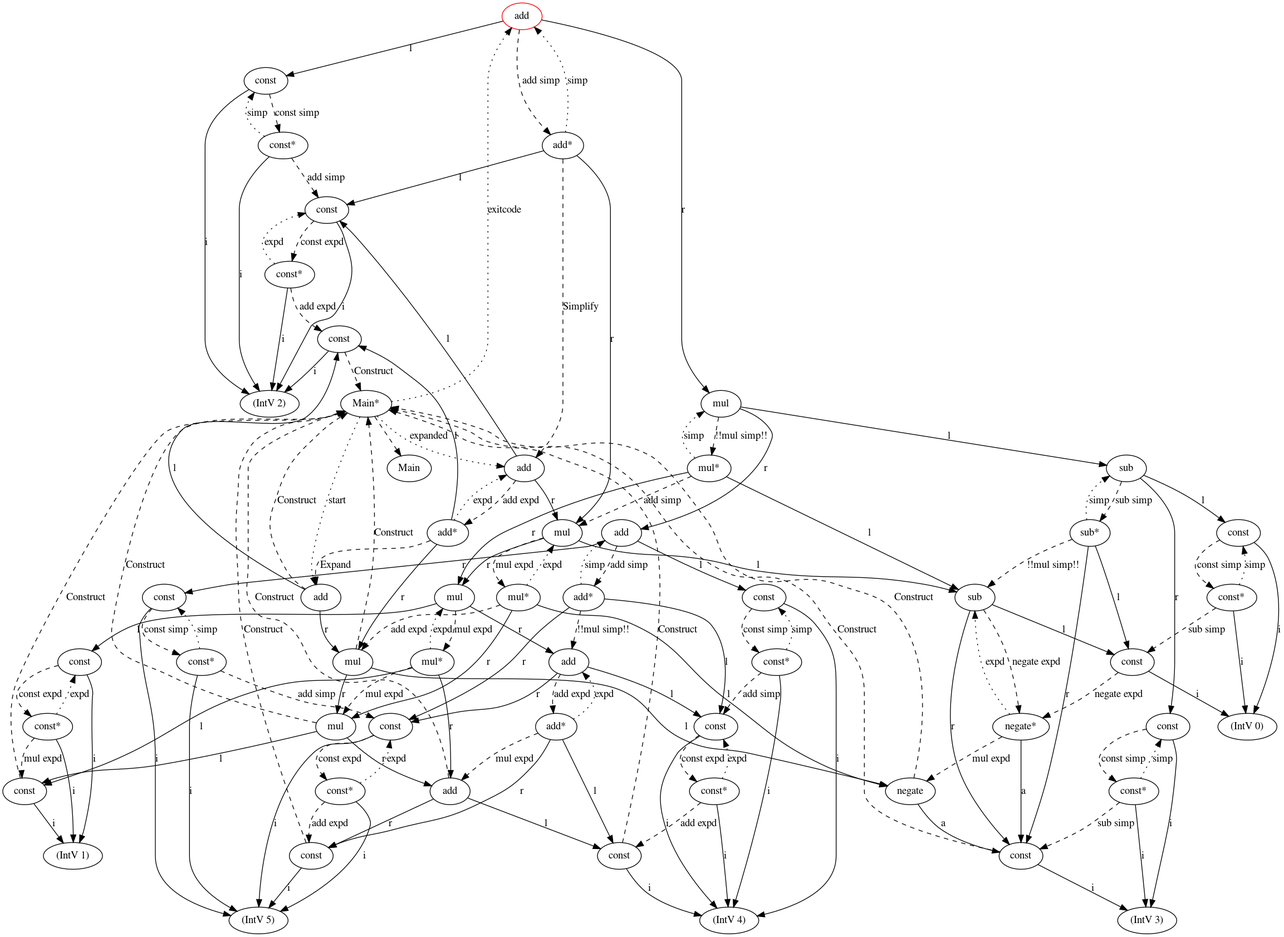
Earlier version of the Graphviz export out/oi.png (602p/miniag). Its source is kept beside it as out/oi.dot.
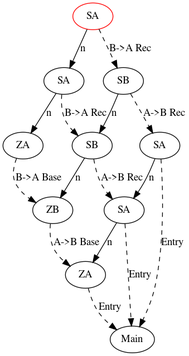
Above is the later version.

Change to the diagram source:
```diff
@@ -1,194 +1,5 @@
 digraph {
-n0 [label="add" color=red];
-n1 [label="const" ];
-n2 [label="(IntV 2)" ];
-n1 -> n2 [label="i"];
-n3 [label="const*" ];
-n3 -> n2 [label="i"];
-n4 [label="const" ];
-n4 -> n2 [label="i"];
-n5 [label="const*" ];
-n5 -> n2 [label="i"];
-n6 [label="const" ];
-n6 -> n2 [label="i"];
-n7 [label="Main*" ];
-n8 [label="Main" ];
-n7 -> n8 [style=dashed ];
-n7 -> n0 [style=dotted label="exitcode"];
-n9 [label="add" ];
-n9 -> n4 [label="l"];
-n10 [label="mul" ];
-n11 [label="sub" ];
-n12 [label="const" ];
-n13 [label="(IntV 0)" ];
-n12 -> n13 [label="i"];
-n14 [label="negate*" ];
-n15 [label="const" ];
-n16 [label="(IntV 3)" ];
-n15 -> n16 [label="i"];
-n15 -> n7 [style=dashed label="Construct"];
-n14 -> n15 [label="a"];
-n17 [label="negate" ];
-n17 -> n15 [label="a"];
-n17 -> n7 [style=dashed label="Construct"];
-n14 -> n17 [style=dashed label="mul expd"];
-n14 -> n11 [style=dotted label="expd"];
-n12 -> n14 [style=dashed label="negate expd"];
-n11 -> n12 [label="l"];
-n11 -> n15 [label="r"];
-n11 -> n14 [style=dashed label="negate expd"];
-n10 -> n11 [label="l"];
-n18 [label="mul" ];
-n19 [label="const" ];
-n20 [label="(IntV 1)" ];
-n19 -> n20 [label="i"];
-n21 [label="const*" ];
-n21 -> n20 [label="i"];
-n22 [label="const" ];
-n22 -> n20 [label="i"];
-n22 -> n7 [style=dashed label="Construct"];
-n21 -> n22 [style=dashed label="mul expd"];
-n21 -> n19 [style=dotted label="expd"];
-n19 -> n21 [style=dashed label="const expd"];
-n18 -> n19 [label="l"];
-n23 [label="add" ];
-n24 [label="const" ];
-n25 [label="(IntV 4)" ];
-n24 -> n25 [label="i"];
-n26 [label="const*" ];
-n26 -> n25 [label="i"];
-n27 [label="const" ];
-n27 -> n25 [label="i"];
-n27 -> n7 [style=dashed label="Construct"];
-n26 -> n27 [style=dashed label="add expd"];
-n26 -> n24 [style=dotted label="expd"];
-n24 -> n26 [style=dashed label="const expd"];
-n23 -> n24 [label="l"];
-n28 [label="const" ];
-n29 [label="(IntV 5)" ];
-n28 -> n29 [label="i"];
-n30 [label="const*" ];
-n30 -> n29 [label="i"];
-n31 [label="const" ];
-n31 -> n29 [label="i"];
-n31 -> n7 [style=dashed label="Construct"];
-n30 -> n31 [style=dashed label="add expd"];
-n30 -> n28 [style=dotted label="expd"];
-n28 -> n30 [style=dashed label="const expd"];
-n23 -> n28 [label="r"];
-n32 [label="add*" ];
-n32 -> n27 [label="l"];
-n32 -> n31 [label="r"];
-n33 [label="add" ];
-n33 -> n27 [label="l"];
-n33 -> n31 [label="r"];
-n33 -> n7 [style=dashed label="Construct"];
-n32 -> n33 [style=dashed label="mul expd"];
-n32 -> n23 [style=dotted label="expd"];
-n23 -> n32 [style=dashed label="add expd"];
-n18 -> n23 [label="r"];
-n34 [label="mul*" ];
-n34 -> n22 [label="l"];
-n34 -> n33 [label="r"];
-n35 [label="mul" ];
-n35 -> n22 [label="l"];
-n35 -> n33 [label="r"];
-n35 -> n7 [style=dashed label="Construct"];
-n34 -> n35 [style=dashed label="mul expd"];
-n34 -> n18 [style=dotted label="expd"];
-n18 -> n34 [style=dashed label="mul expd"];
-n10 -> n18 [label="r"];
-n36 [label="mul*" ];
-n36 -> n17 [label="l"];
-n36 -> n35 [label="r"];
-n37 [label="mul" ];
-n37 -> n17 [label="l"];
-n37 -> n35 [label="r"];
-n37 -> n7 [style=dashed label="Construct"];
-n36 -> n37 [style=dashed label="add expd"];
-n36 -> n10 [style=dotted label="expd"];
-n10 -> n36 [style=dashed label="mul expd"];
-n9 -> n10 [label="r"];
-n38 [label="add*" ];
-n38 -> n6 [label="l"];
-n38 -> n37 [label="r"];
-n39 [label="add" ];
-n39 -> n6 [label="l"];
-n39 -> n37 [label="r"];
-n39 -> n7 [style=dashed label="Construct"];
-n38 -> n39 [style=dashed label="Expand"];
-n38 -> n9 [style=dotted label="expd"];
-n9 -> n38 [style=dashed label="add expd"];
-n7 -> n9 [style=dotted label="expanded"];
-n7 -> n39 [style=dotted label="start"];
-n6 -> n7 [style=dashed label="Construct"];
-n5 -> n6 [style=dashed label="add expd"];
-n5 -> n4 [style=dotted label="expd"];
-n4 -> n5 [style=dashed label="const expd"];
-n3 -> n4 [style=dashed label="add simp"];
-n3 -> n1 [style=dotted label="simp"];
-n1 -> n3 [style=dashed label="const simp"];
-n0 -> n1 [label="l"];
-n40 [label="mul" ];
-n41 [label="sub" ];
-n42 [label="const" ];
-n42 -> n13 [label="i"];
-n43 [label="const*" ];
-n43 -> n13 [label="i"];
-n43 -> n12 [style=dashed label="sub simp"];
-n43 -> n42 [style=dotted label="simp"];
-n42 -> n43 [style=dashed label="const simp"];
-n41 -> n42 [label="l"];
-n44 [label="const" ];
-n44 -> n16 [label="i"];
-n45 [label="const*" ];
-n45 -> n16 [label="i"];
-n45 -> n15 [style=dashed label="sub simp"];
-n45 -> n44 [style=dotted label="simp"];
-n44 -> n45 [style=dashed label="const simp"];
-n41 -> n44 [label="r"];
-n46 [label="sub*" ];
-n46 -> n12 [label="l"];
-n46 -> n15 [label="r"];
-n46 -> n11 [style=dashed label="!!mul simp!!"];
-n46 -> n41 [style=dotted label="simp"];
-n41 -> n46 [style=dashed label="sub simp"];
-n40 -> n41 [label="l"];
-n47 [label="add" ];
-n48 [label="const" ];
-n48 -> n25 [label="i"];
-n49 [label="const*" ];
-n49 -> n25 [label="i"];
-n49 -> n24 [style=dashed label="add simp"];
-n49 -> n48 [style=dotted label="simp"];
-n48 -> n49 [style=dashed label="const simp"];
-n47 -> n48 [label="l"];
-n50 [label="const" ];
-n50 -> n29 [label="i"];
-n51 [label="const*" ];
-n51 -> n29 [label="i"];
-n51 -> n28 [style=dashed label="add simp"];
-n51 -> n50 [style=dotted label="simp"];
-n50 -> n51 [style=dashed label="const simp"];
-n47 -> n50 [label="r"];
-n52 [label="add*" ];
-n52 -> n24 [label="l"];
-n52 -> n28 [label="r"];
-n52 -> n23 [style=dashed label="!!mul simp!!"];
-n52 -> n47 [style=dotted label="simp"];
-n47 -> n52 [style=dashed label="add simp"];
-n40 -> n47 [label="r"];
-n53 [label="mul*" ];
-n53 -> n11 [label="l"];
-n53 -> n18 [label="r"];
-n53 -> n10 [style=dashed label="add simp"];
-n53 -> n40 [style=dotted label="simp"];
-n40 -> n53 [style=dashed label="!!mul simp!!"];
-n0 -> n40 [label="r"];
-n54 [label="add*" ];
-n54 -> n4 [label="l"];
-n54 -> n10 [label="r"];
-n54 -> n9 [style=dashed label="Simplify"];
-n54 -> n0 [style=dotted label="simp"];
-n0 -> n54 [style=dashed label="add simp"];
-}
+n0 [label="SB" color=red];
+n1 [label="SB" ];
+n2 [label="ZB" ];
+n3 [label="ZA" ];
```
